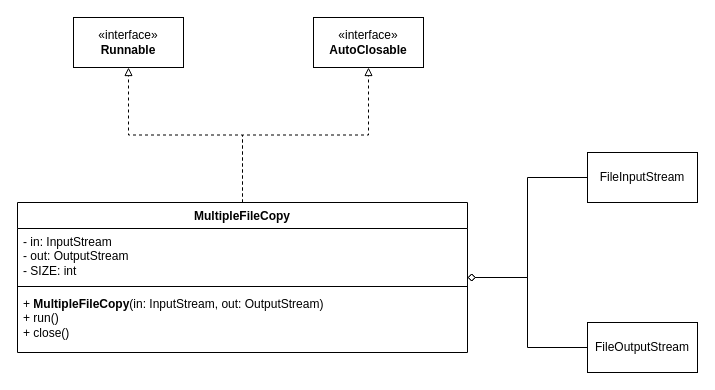
Above: page "페이지-2" (2 of 2) of examples/src/thread/thread.drawio in id3ntity99/java (draw.io), before the change. Source tidied: cells renumbered, new cells numbered last; positions are measured from the earlier drawing's top-left corner, leaving out a move shared by most shapes. Both pictures are drawn from the tidied source at 100%, with x=0, y=0 at pixel (17, 17).
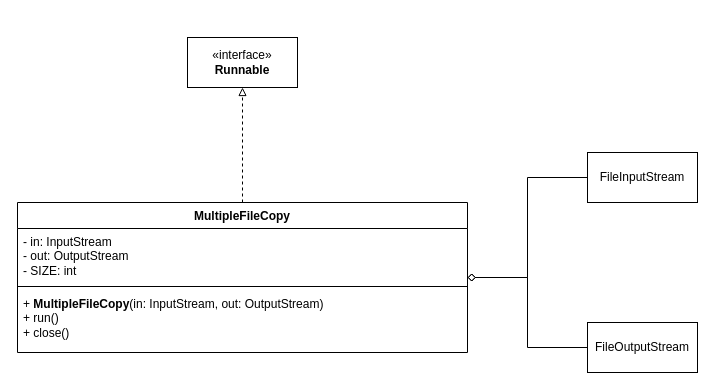
After the change.

Diff of the diagram source:
```diff
@@
 <mxGraphModel>
   <root>
     <mxCell id="0" />
     <mxCell id="1" parent="0" />
     <mxCell id="2" style="edgeStyle=orthogonalEdgeStyle;rounded=0;jettySize=auto;html=1;dashed=1;endArrow=block;endFill=0;" parent="1" edge="1" source="4" target="12">
       <mxGeometry relative="1" as="geometry" />
     </mxCell>
-    <mxCell id="3" style="edgeStyle=orthogonalEdgeStyle;rounded=0;jettySize=auto;html=1;dashed=1;endArrow=block;endFill=0;" parent="1" edge="1" source="4" target="13">
-      <mxGeometry relative="1" as="geometry" />
-    </mxCell>
     <mxCell id="4" value="MultipleFileCopy" style="swimlane;fontStyle=1;align=center;verticalAlign=top;horizontal=1;startSize=26;whiteSpace=wrap;html=1;" parent="1" vertex="1">
       <mxGeometry y="185" width="450" height="150" as="geometry" />
     </mxCell>
     <mxCell id="5" value="- in: InputStream&lt;div&gt;- out: OutputStream&lt;/div&gt;&lt;div&gt;- SIZE: int&lt;/div&gt;" style="text;strokeColor=none;fillColor=none;align=left;verticalAlign=top;spacingLeft=4;spacingRight=4;overflow=hidden;whiteSpace=wrap;html=1;" parent="4" vertex="1">
       <mxGeometry y="26" width="450" height="54" as="geometry" />
     </mxCell>
     <mxCell id="6" style="line;strokeWidth=1;fillColor=none;align=left;verticalAlign=middle;spacingTop=-1;spacingLeft=3;spacingRight=3;labelPosition=right;strokeColor=inherit;" parent="4" vertex="1">
       <mxGeometry y="80" width="450" height="8" as="geometry" />
     </mxCell>
     <mxCell id="7" value="+&amp;nbsp;&lt;span style=&quot;font-weight: 700; text-align: center;&quot;&gt;MultipleFileCopy&lt;/span&gt;(in: InputStream, out: OutputStream)&lt;div&gt;+ run()&lt;/div&gt;&lt;div&gt;+ close()&lt;/div&gt;" style="text;strokeColor=none;fillColor=none;align=left;verticalAlign=top;spacingLeft=4;spacingRight=4;overflow=hidden;whiteSpace=wrap;html=1;" parent="4" vertex="1">
       <mxGeometry y="88" width="450" height="62" as="geometry" />
     </mxCell>
     <mxCell id="8" style="edgeStyle=orthogonalEdgeStyle;rounded=0;jettySize=auto;html=1;endArrow=diamond;endFill=0;" parent="1" edge="1" source="9" target="4">
       <mxGeometry relative="1" as="geometry" />
     </mxCell>
     <mxCell id="9" value="FileOutputStream" style="html=1;whiteSpace=wrap;" parent="1" vertex="1">
       <mxGeometry x="570" y="305" width="110" height="50" as="geometry" />
     </mxCell>
     <mxCell id="10" style="edgeStyle=orthogonalEdgeStyle;rounded=0;jettySize=auto;html=1;endArrow=diamond;endFill=0;" parent="1" edge="1" source="11" target="4">
       <mxGeometry relative="1" as="geometry" />
     </mxCell>
     <mxCell id="11" value="FileInputStream" style="html=1;whiteSpace=wrap;" parent="1" vertex="1">
       <mxGeometry x="570" y="135" width="110" height="50" as="geometry" />
     </mxCell>
     <mxCell id="12" value="«interface»&lt;br&gt;&lt;b&gt;Runnable&lt;/b&gt;" style="html=1;whiteSpace=wrap;" parent="1" vertex="1">
-      <mxGeometry x="56" width="110" height="50" as="geometry" />
+      <mxGeometry x="170" y="20" width="110" height="50" as="geometry" />
     </mxCell>
-    <mxCell id="13" value="«interface»&lt;br&gt;&lt;b&gt;AutoClosable&lt;/b&gt;" style="html=1;whiteSpace=wrap;" parent="1" vertex="1">
-      <mxGeometry x="296" width="110" height="50" as="geometry" />
-    </mxCell>
   </root>
 </mxGraphModel>
```
